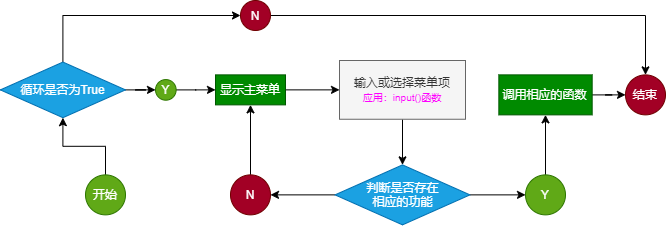
Earlier version of the draw.io export studentSystem/img/yewu.drawio.png (LaoJiuGua/basePython). Source tidied: cells renumbered, new cells last; positions are measured from the earlier drawing's top-left corner, leaving out a move shared by most shapes. The source it was exported from:
```xml
<mxGraphModel>
  <root>
    <mxCell id="0" />
    <mxCell id="1" parent="0" />
    <mxCell id="2" style="edgeStyle=orthogonalEdgeStyle;rounded=0;jettySize=auto;html=1;" parent="1" edge="1" source="3" target="5">
      <mxGeometry relative="1" as="geometry" />
    </mxCell>
    <mxCell id="3" value="显示主菜单" style="rounded=0;whiteSpace=wrap;html=1;fillColor=#008a00;strokeColor=#005700;fontColor=#ffffff;" parent="1" vertex="1">
      <mxGeometry x="215" y="74.4" width="70" height="30" as="geometry" />
    </mxCell>
    <mxCell id="4" style="edgeStyle=orthogonalEdgeStyle;rounded=0;jettySize=auto;html=1;entryX=0.5;entryY=0;entryDx=0;entryDy=0;" parent="1" edge="1" source="5" target="8">
      <mxGeometry relative="1" as="geometry" />
    </mxCell>
    <mxCell id="5" value="输入或选择菜单项&lt;br&gt;&lt;font style=&quot;font-size: 10px&quot; color=&quot;#ff00ff&quot;&gt;应用：input()函数&lt;/font&gt;" style="rounded=0;whiteSpace=wrap;html=1;fillColor=#f5f5f5;strokeColor=#666666;fontColor=#333333;" parent="1" vertex="1">
      <mxGeometry x="339" y="60" width="126" height="58.8" as="geometry" />
    </mxCell>
    <mxCell id="6" style="edgeStyle=orthogonalEdgeStyle;rounded=0;jettySize=auto;html=1;entryX=1;entryY=0.5;entryDx=0;entryDy=0;" parent="1" edge="1" source="8" target="10">
      <mxGeometry relative="1" as="geometry" />
    </mxCell>
    <mxCell id="7" style="edgeStyle=orthogonalEdgeStyle;rounded=0;jettySize=auto;html=1;entryX=0;entryY=0.5;entryDx=0;entryDy=0;" parent="1" edge="1" source="8" target="12">
      <mxGeometry relative="1" as="geometry" />
    </mxCell>
    <mxCell id="8" value="判断是否存在&lt;br&gt;相应的功能" style="rhombus;whiteSpace=wrap;html=1;fillColor=#1ba1e2;strokeColor=#006EAF;fontColor=#ffffff;" parent="1" vertex="1">
      <mxGeometry x="334.5" y="164.4" width="135" height="60" as="geometry" />
    </mxCell>
    <mxCell id="9" style="edgeStyle=orthogonalEdgeStyle;rounded=0;jettySize=auto;html=1;entryX=0.5;entryY=1;entryDx=0;entryDy=0;" parent="1" edge="1" source="10" target="3">
      <mxGeometry relative="1" as="geometry" />
    </mxCell>
    <mxCell id="10" value="N" style="ellipse;whiteSpace=wrap;html=1;fillColor=#a20025;strokeColor=#6F0000;fontColor=#ffffff;" parent="1" vertex="1">
      <mxGeometry x="230" y="174.4" width="40" height="40" as="geometry" />
    </mxCell>
    <mxCell id="11" style="edgeStyle=orthogonalEdgeStyle;rounded=0;jettySize=auto;html=1;entryX=0.5;entryY=1;entryDx=0;entryDy=0;" parent="1" edge="1" source="12" target="14">
      <mxGeometry relative="1" as="geometry" />
    </mxCell>
    <mxCell id="12" value="Y" style="ellipse;whiteSpace=wrap;html=1;fillColor=#60a917;strokeColor=#2D7600;fontColor=#ffffff;" parent="1" vertex="1">
      <mxGeometry x="525" y="174.4" width="40" height="40" as="geometry" />
    </mxCell>
    <mxCell id="13" style="edgeStyle=orthogonalEdgeStyle;rounded=0;jettySize=auto;html=1;entryX=0;entryY=0.5;entryDx=0;entryDy=0;" parent="1" edge="1" source="14" target="24">
      <mxGeometry relative="1" as="geometry" />
    </mxCell>
    <mxCell id="14" value="调用相应的函数" style="rounded=0;whiteSpace=wrap;html=1;fillColor=#008a00;strokeColor=#005700;fontColor=#ffffff;" parent="1" vertex="1">
      <mxGeometry x="498.3" y="74.4" width="93.3" height="40" as="geometry" />
    </mxCell>
    <mxCell id="15" style="edgeStyle=orthogonalEdgeStyle;rounded=0;jettySize=auto;html=1;entryX=0.5;entryY=1;entryDx=0;entryDy=0;" parent="1" edge="1" source="16" target="19">
      <mxGeometry relative="1" as="geometry" />
    </mxCell>
    <mxCell id="16" value="开始" style="ellipse;whiteSpace=wrap;html=1;fillColor=#60a917;strokeColor=#2D7600;fontColor=#ffffff;" parent="1" vertex="1">
      <mxGeometry x="85" y="174.4" width="40" height="40" as="geometry" />
    </mxCell>
    <mxCell id="17" style="edgeStyle=orthogonalEdgeStyle;rounded=0;jettySize=auto;html=1;entryX=0;entryY=0.5;entryDx=0;entryDy=0;" parent="1" edge="1" source="19" target="21">
      <mxGeometry relative="1" as="geometry" />
    </mxCell>
    <mxCell id="18" style="edgeStyle=orthogonalEdgeStyle;rounded=0;jettySize=auto;html=1;entryX=0;entryY=0.5;entryDx=0;entryDy=0;" parent="1" edge="1" source="19" target="23">
      <mxGeometry relative="1" as="geometry">
        <Array as="points">
          <mxPoint x="62" y="15" />
        </Array>
      </mxGeometry>
    </mxCell>
    <mxCell id="19" value="循环是否为True" style="rhombus;whiteSpace=wrap;html=1;fillColor=#1ba1e2;strokeColor=#006EAF;fontColor=#ffffff;" parent="1" vertex="1">
      <mxGeometry x="-0.2" y="61.6" width="125.2" height="55.6" as="geometry" />
    </mxCell>
    <mxCell id="20" style="edgeStyle=orthogonalEdgeStyle;rounded=0;jettySize=auto;html=1;entryX=0;entryY=0.5;entryDx=0;entryDy=0;" parent="1" edge="1" source="21" target="3">
      <mxGeometry relative="1" as="geometry" />
    </mxCell>
    <mxCell id="21" value="Y" style="ellipse;whiteSpace=wrap;html=1;fillColor=#60a917;strokeColor=#2D7600;fontColor=#ffffff;" parent="1" vertex="1">
      <mxGeometry x="155" y="79.1" width="20.6" height="20.6" as="geometry" />
    </mxCell>
    <mxCell id="22" style="edgeStyle=orthogonalEdgeStyle;rounded=0;jettySize=auto;html=1;entryX=0.5;entryY=0;entryDx=0;entryDy=0;" parent="1" edge="1" source="23" target="24">
      <mxGeometry relative="1" as="geometry" />
    </mxCell>
    <mxCell id="23" value="N" style="ellipse;whiteSpace=wrap;html=1;fillColor=#a20025;strokeColor=#6F0000;fontColor=#ffffff;" parent="1" vertex="1">
      <mxGeometry x="240" width="30" height="30" as="geometry" />
    </mxCell>
    <mxCell id="24" value="结束" style="ellipse;whiteSpace=wrap;html=1;fillColor=#a20025;strokeColor=#6F0000;fontColor=#ffffff;" parent="1" vertex="1">
      <mxGeometry x="625" y="74.4" width="40" height="40" as="geometry" />
    </mxCell>
  </root>
</mxGraphModel>
```
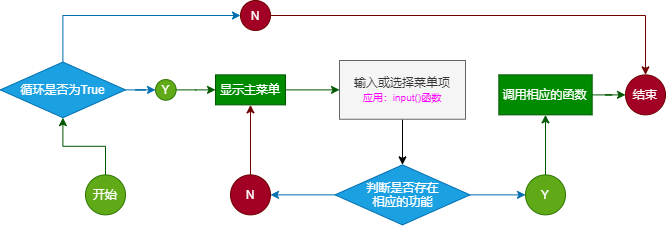
Later version of the same file.

Change to the diagram source:
```diff
@@ -2,7 +2,7 @@
   <root>
     <mxCell id="0" />
     <mxCell id="1" parent="0" />
-    <mxCell id="2" style="edgeStyle=orthogonalEdgeStyle;rounded=0;jettySize=auto;html=1;" parent="1" edge="1" source="3" target="5">
+    <mxCell id="2" style="edgeStyle=orthogonalEdgeStyle;rounded=0;jettySize=auto;html=1;fillColor=#008a00;strokeColor=#005700;" parent="1" edge="1" source="3" target="5">
       <mxGeometry relative="1" as="geometry" />
     </mxCell>
     <mxCell id="3" value="显示主菜单" style="rounded=0;whiteSpace=wrap;html=1;fillColor=#008a00;strokeColor=#005700;fontColor=#ffffff;" parent="1" vertex="1">
@@ -14,43 +14,43 @@
     <mxCell id="5" value="输入或选择菜单项&lt;br&gt;&lt;font style=&quot;font-size: 10px&quot; color=&quot;#ff00ff&quot;&gt;应用：input()函数&lt;/font&gt;" style="rounded=0;whiteSpace=wrap;html=1;fillColor=#f5f5f5;strokeColor=#666666;fontColor=#333333;" parent="1" vertex="1">
       <mxGeometry x="339" y="60" width="126" height="58.8" as="geometry" />
     </mxCell>
-    <mxCell id="6" style="edgeStyle=orthogonalEdgeStyle;rounded=0;jettySize=auto;html=1;entryX=1;entryY=0.5;entryDx=0;entryDy=0;" parent="1" edge="1" source="8" target="10">
+    <mxCell id="6" style="edgeStyle=orthogonalEdgeStyle;rounded=0;jettySize=auto;html=1;entryX=1;entryY=0.5;entryDx=0;entryDy=0;fillColor=#1ba1e2;strokeColor=#006EAF;" parent="1" edge="1" source="8" target="10">
       <mxGeometry relative="1" as="geometry" />
     </mxCell>
-    <mxCell id="7" style="edgeStyle=orthogonalEdgeStyle;rounded=0;jettySize=auto;html=1;entryX=0;entryY=0.5;entryDx=0;entryDy=0;" parent="1" edge="1" source="8" target="12">
+    <mxCell id="7" style="edgeStyle=orthogonalEdgeStyle;rounded=0;jettySize=auto;html=1;entryX=0;entryY=0.5;entryDx=0;entryDy=0;fillColor=#1ba1e2;strokeColor=#006EAF;" parent="1" edge="1" source="8" target="12">
       <mxGeometry relative="1" as="geometry" />
     </mxCell>
     <mxCell id="8" value="判断是否存在&lt;br&gt;相应的功能" style="rhombus;whiteSpace=wrap;html=1;fillColor=#1ba1e2;strokeColor=#006EAF;fontColor=#ffffff;" parent="1" vertex="1">
       <mxGeometry x="334.5" y="164.4" width="135" height="60" as="geometry" />
     </mxCell>
-    <mxCell id="9" style="edgeStyle=orthogonalEdgeStyle;rounded=0;jettySize=auto;html=1;entryX=0.5;entryY=1;entryDx=0;entryDy=0;" parent="1" edge="1" source="10" target="3">
+    <mxCell id="9" style="edgeStyle=orthogonalEdgeStyle;rounded=0;jettySize=auto;html=1;entryX=0.5;entryY=1;entryDx=0;entryDy=0;fillColor=#a20025;strokeColor=#6F0000;" parent="1" edge="1" source="10" target="3">
       <mxGeometry relative="1" as="geometry" />
     </mxCell>
     <mxCell id="10" value="N" style="ellipse;whiteSpace=wrap;html=1;fillColor=#a20025;strokeColor=#6F0000;fontColor=#ffffff;" parent="1" vertex="1">
       <mxGeometry x="230" y="174.4" width="40" height="40" as="geometry" />
     </mxCell>
-    <mxCell id="11" style="edgeStyle=orthogonalEdgeStyle;rounded=0;jettySize=auto;html=1;entryX=0.5;entryY=1;entryDx=0;entryDy=0;" parent="1" edge="1" source="12" target="14">
+    <mxCell id="11" style="edgeStyle=orthogonalEdgeStyle;rounded=0;jettySize=auto;html=1;entryX=0.5;entryY=1;entryDx=0;entryDy=0;fillColor=#008a00;strokeColor=#005700;" parent="1" edge="1" source="12" target="14">
       <mxGeometry relative="1" as="geometry" />
     </mxCell>
     <mxCell id="12" value="Y" style="ellipse;whiteSpace=wrap;html=1;fillColor=#60a917;strokeColor=#2D7600;fontColor=#ffffff;" parent="1" vertex="1">
       <mxGeometry x="525" y="174.4" width="40" height="40" as="geometry" />
     </mxCell>
-    <mxCell id="13" style="edgeStyle=orthogonalEdgeStyle;rounded=0;jettySize=auto;html=1;entryX=0;entryY=0.5;entryDx=0;entryDy=0;" parent="1" edge="1" source="14" target="24">
+    <mxCell id="13" style="edgeStyle=orthogonalEdgeStyle;rounded=0;jettySize=auto;html=1;entryX=0;entryY=0.5;entryDx=0;entryDy=0;fillColor=#008a00;strokeColor=#005700;" parent="1" edge="1" source="14" target="24">
       <mxGeometry relative="1" as="geometry" />
     </mxCell>
     <mxCell id="14" value="调用相应的函数" style="rounded=0;whiteSpace=wrap;html=1;fillColor=#008a00;strokeColor=#005700;fontColor=#ffffff;" parent="1" vertex="1">
       <mxGeometry x="498.3" y="74.4" width="93.3" height="40" as="geometry" />
     </mxCell>
-    <mxCell id="15" style="edgeStyle=orthogonalEdgeStyle;rounded=0;jettySize=auto;html=1;entryX=0.5;entryY=1;entryDx=0;entryDy=0;" parent="1" edge="1" source="16" target="19">
+    <mxCell id="15" style="edgeStyle=orthogonalEdgeStyle;rounded=0;jettySize=auto;html=1;entryX=0.5;entryY=1;entryDx=0;entryDy=0;fillColor=#008a00;strokeColor=#005700;" parent="1" edge="1" source="16" target="19">
       <mxGeometry relative="1" as="geometry" />
     </mxCell>
     <mxCell id="16" value="开始" style="ellipse;whiteSpace=wrap;html=1;fillColor=#60a917;strokeColor=#2D7600;fontColor=#ffffff;" parent="1" vertex="1">
       <mxGeometry x="85" y="174.4" width="40" height="40" as="geometry" />
     </mxCell>
-    <mxCell id="17" style="edgeStyle=orthogonalEdgeStyle;rounded=0;jettySize=auto;html=1;entryX=0;entryY=0.5;entryDx=0;entryDy=0;" parent="1" edge="1" source="19" target="21">
+    <mxCell id="17" style="edgeStyle=orthogonalEdgeStyle;rounded=0;jettySize=auto;html=1;entryX=0;entryY=0.5;entryDx=0;entryDy=0;fillColor=#1ba1e2;strokeColor=#006EAF;" parent="1" edge="1" source="19" target="21">
       <mxGeometry relative="1" as="geometry" />
     </mxCell>
-    <mxCell id="18" style="edgeStyle=orthogonalEdgeStyle;rounded=0;jettySize=auto;html=1;entryX=0;entryY=0.5;entryDx=0;entryDy=0;" parent="1" edge="1" source="19" target="23">
+    <mxCell id="18" style="edgeStyle=orthogonalEdgeStyle;rounded=0;jettySize=auto;html=1;entryX=0;entryY=0.5;entryDx=0;entryDy=0;fillColor=#1ba1e2;strokeColor=#006EAF;targetPerimeterSpacing=0;" parent="1" edge="1" source="19" target="23">
       <mxGeometry relative="1" as="geometry">
         <Array as="points">
           <mxPoint x="62" y="15" />
@@ -60,13 +60,13 @@
     <mxCell id="19" value="循环是否为True" style="rhombus;whiteSpace=wrap;html=1;fillColor=#1ba1e2;strokeColor=#006EAF;fontColor=#ffffff;" parent="1" vertex="1">
       <mxGeometry x="-0.2" y="61.6" width="125.2" height="55.6" as="geometry" />
     </mxCell>
-    <mxCell id="20" style="edgeStyle=orthogonalEdgeStyle;rounded=0;jettySize=auto;html=1;entryX=0;entryY=0.5;entryDx=0;entryDy=0;" parent="1" edge="1" source="21" target="3">
+    <mxCell id="20" style="edgeStyle=orthogonalEdgeStyle;rounded=0;jettySize=auto;html=1;entryX=0;entryY=0.5;entryDx=0;entryDy=0;fillColor=#008a00;strokeColor=#005700;" parent="1" edge="1" source="21" target="3">
       <mxGeometry relative="1" as="geometry" />
     </mxCell>
     <mxCell id="21" value="Y" style="ellipse;whiteSpace=wrap;html=1;fillColor=#60a917;strokeColor=#2D7600;fontColor=#ffffff;" parent="1" vertex="1">
       <mxGeometry x="155" y="79.1" width="20.6" height="20.6" as="geometry" />
     </mxCell>
-    <mxCell id="22" style="edgeStyle=orthogonalEdgeStyle;rounded=0;jettySize=auto;html=1;entryX=0.5;entryY=0;entryDx=0;entryDy=0;" parent="1" edge="1" source="23" target="24">
+    <mxCell id="22" style="edgeStyle=orthogonalEdgeStyle;rounded=0;jettySize=auto;html=1;entryX=0.5;entryY=0;entryDx=0;entryDy=0;fillColor=#a20025;strokeColor=#6F0000;" parent="1" edge="1" source="23" target="24">
       <mxGeometry relative="1" as="geometry" />
     </mxCell>
     <mxCell id="23" value="N" style="ellipse;whiteSpace=wrap;html=1;fillColor=#a20025;strokeColor=#6F0000;fontColor=#ffffff;" parent="1" vertex="1">
```
